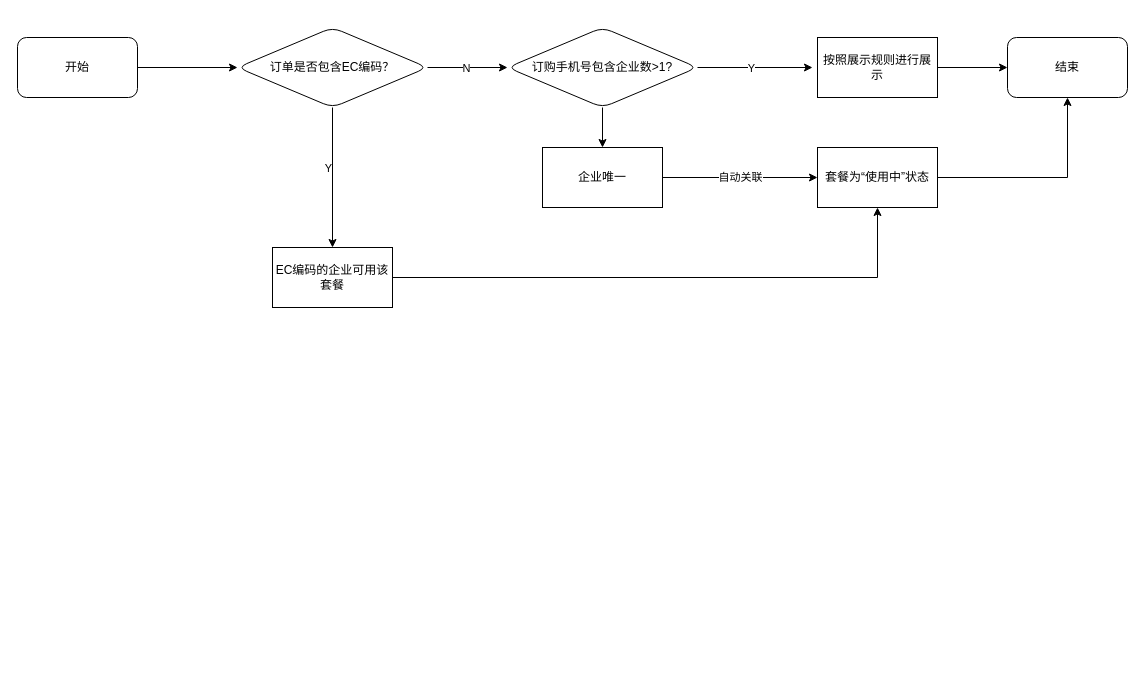
Before: 资费流程图.drawio in YouHuangxin/Deep-Learning-With-Python, a draw.io diagram. Source tidied: cells renumbered, new cells numbered last; positions are measured from the earlier drawing's top-left corner, leaving out a move shared by most shapes. Both pictures are drawn from the tidied source at 100%, with x=0, y=0 at pixel (17, 27).
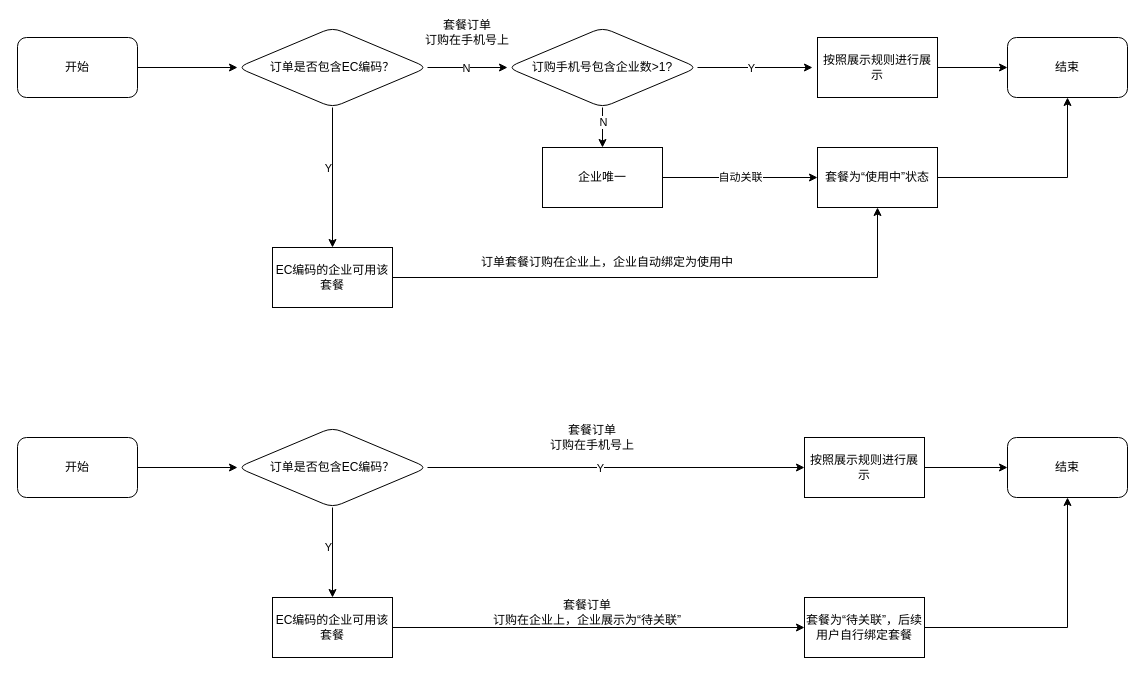
The same page after the edit.

Commit message:
更新资费流程图.drawio

Unchanged cells that the change refers to:
```xml
<mxCell id="11" style="edgeStyle=orthogonalEdgeStyle;rounded=0;jettySize=auto;html=1;" parent="1" edge="1" source="12" target="19">
  <mxGeometry relative="1" as="geometry" />
</mxCell>
```

Diff of the diagram source:
```diff
@@
+    <mxCell id="22" value="N" style="edgeLabel;html=1;align=center;verticalAlign=middle;" parent="11" vertex="1">
+      <mxGeometry x="-0.56" y="1" relative="1" as="geometry">
+        <mxPoint x="-1" y="5" as="offset" />
+      </mxGeometry>
+    </mxCell>
@@
+    <mxCell id="23" style="edgeStyle=orthogonalEdgeStyle;rounded=0;jettySize=auto;html=1;" parent="1" edge="1" source="24" target="27">
+      <mxGeometry relative="1" as="geometry" />
+    </mxCell>
+    <mxCell id="24" value="开始" style="rounded=1;whiteSpace=wrap;html=1;" parent="1" vertex="1">
+      <mxGeometry y="410" width="120" height="60" as="geometry" />
+    </mxCell>
+    <mxCell id="25" style="edgeStyle=orthogonalEdgeStyle;rounded=0;jettySize=auto;html=1;" parent="1" edge="1" source="27" target="30">
+      <mxGeometry relative="1" as="geometry" />
+    </mxCell>
+    <mxCell id="26" value="Y" style="edgeLabel;html=1;align=center;verticalAlign=middle;" parent="25" vertex="1">
+      <mxGeometry x="-0.19" y="-3" relative="1" as="geometry">
+        <mxPoint x="-2" y="3" as="offset" />
+      </mxGeometry>
+    </mxCell>
+    <mxCell id="27" value="订单是否包含EC编码？" style="rhombus;whiteSpace=wrap;html=1;shapeInside=1;rounded=1;" parent="1" vertex="1">
+      <mxGeometry x="220" y="400" width="190" height="80" as="geometry" />
+    </mxCell>
+    <mxCell id="28" value="结束" style="rounded=1;whiteSpace=wrap;html=1;" parent="1" vertex="1">
+      <mxGeometry x="990" y="410" width="120" height="60" as="geometry" />
+    </mxCell>
+    <mxCell id="29" style="edgeStyle=orthogonalEdgeStyle;rounded=0;jettySize=auto;html=1;" parent="1" edge="1" source="30" target="36">
+      <mxGeometry relative="1" as="geometry" />
+    </mxCell>
+    <mxCell id="30" value="EC编码的企业可用该套餐" style="rounded=0;whiteSpace=wrap;html=1;" parent="1" vertex="1">
+      <mxGeometry x="255" y="570" width="120" height="60" as="geometry" />
+    </mxCell>
+    <mxCell id="31" value="套餐订单&lt;div&gt;订购在手机号上&lt;/div&gt;" style="text;html=1;whiteSpace=wrap;strokeColor=none;fillColor=none;align=center;verticalAlign=middle;rounded=0;" parent="1" vertex="1">
+      <mxGeometry x="400" y="-10" width="100" height="30" as="geometry" />
+    </mxCell>
+    <mxCell id="32" value="订单套餐订购在企业上，企业自动绑定为使用中" style="text;html=1;whiteSpace=wrap;strokeColor=none;fillColor=none;align=center;verticalAlign=middle;rounded=0;" parent="1" vertex="1">
+      <mxGeometry x="460" y="220" width="260" height="30" as="geometry" />
+    </mxCell>
+    <mxCell id="33" style="edgeStyle=orthogonalEdgeStyle;rounded=0;jettySize=auto;html=1;exitX=1;exitY=0.5;exitDx=0;exitDy=0;entryX=0;entryY=0.5;entryDx=0;entryDy=0;" parent="1" edge="1" source="27" target="40">
+      <mxGeometry relative="1" as="geometry" />
+    </mxCell>
+    <mxCell id="34" value="Y" style="edgeLabel;html=1;align=center;verticalAlign=middle;" parent="33" vertex="1">
+      <mxGeometry x="-0.09" relative="1" as="geometry" />
+    </mxCell>
+    <mxCell id="35" style="edgeStyle=orthogonalEdgeStyle;rounded=0;jettySize=auto;html=1;entryX=0.5;entryY=1;entryDx=0;entryDy=0;" parent="1" edge="1" source="36" target="28">
+      <mxGeometry relative="1" as="geometry" />
+    </mxCell>
+    <mxCell id="36" value="套餐为“待关联”，后续用户自行绑定套餐" style="rounded=0;whiteSpace=wrap;html=1;" parent="1" vertex="1">
+      <mxGeometry x="787" y="570" width="120" height="60" as="geometry" />
+    </mxCell>
+    <mxCell id="37" value="套餐订单&lt;div&gt;订购在企业上，企业展示为“待关联”&lt;/div&gt;" style="text;html=1;whiteSpace=wrap;strokeColor=none;fillColor=none;align=center;verticalAlign=middle;rounded=0;" parent="1" vertex="1">
+      <mxGeometry x="440" y="570" width="260" height="30" as="geometry" />
+    </mxCell>
+    <mxCell id="38" value="套餐订单&lt;div&gt;订购在手机号上&lt;/div&gt;" style="text;html=1;whiteSpace=wrap;strokeColor=none;fillColor=none;align=center;verticalAlign=middle;rounded=0;" parent="1" vertex="1">
+      <mxGeometry x="525" y="400" width="100" height="20" as="geometry" />
+    </mxCell>
+    <mxCell id="39" style="edgeStyle=orthogonalEdgeStyle;rounded=0;jettySize=auto;html=1;" parent="1" edge="1" source="40" target="28">
+      <mxGeometry relative="1" as="geometry" />
+    </mxCell>
+    <mxCell id="40" value="按照展示规则进行展示" style="rounded=0;whiteSpace=wrap;html=1;" parent="1" vertex="1">
+      <mxGeometry x="787" y="410" width="120" height="60" as="geometry" />
+    </mxCell>
```
